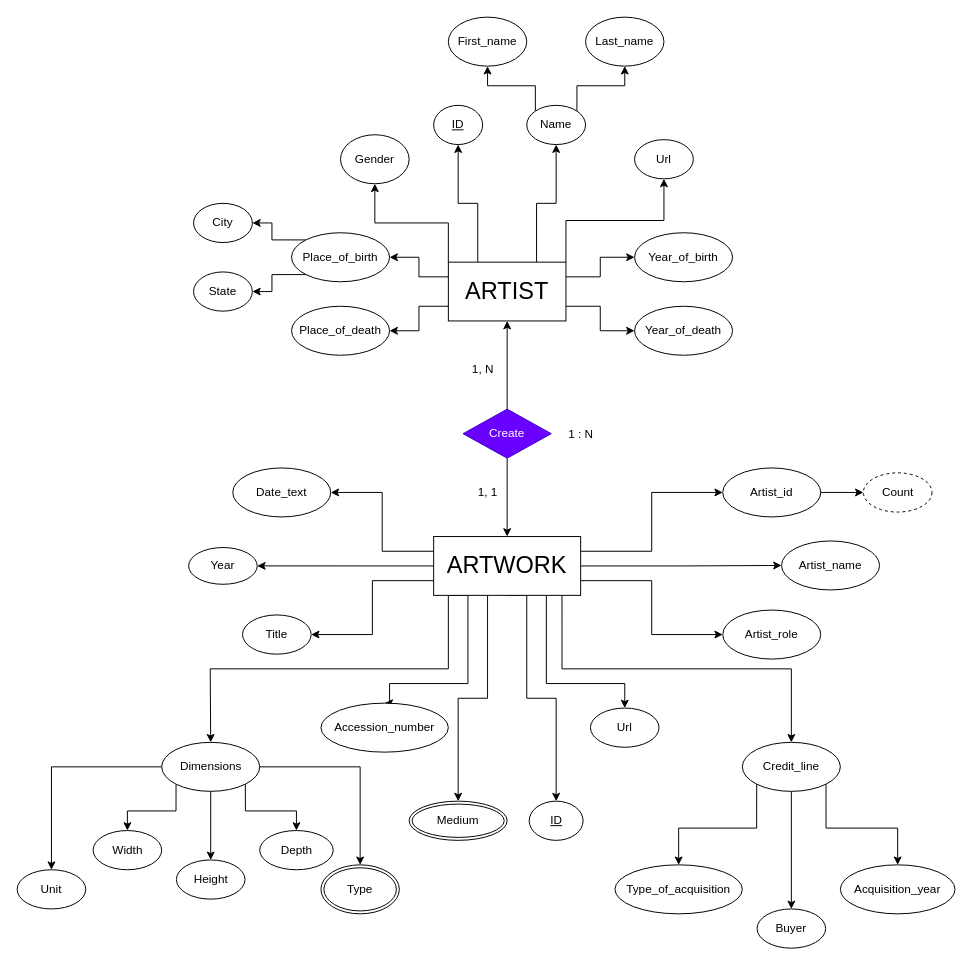
The draw.io diagram docs/diagrams/er.drawio in Databases-Course-Project/Databases-Course-Project, before the edit. Source tidied: cells renumbered, new cells numbered last; positions are measured from the earlier drawing's top-left corner, leaving out a move shared by most shapes. Both pictures are drawn from the tidied source at 98%, with x=0, y=0 at pixel (17, 17).
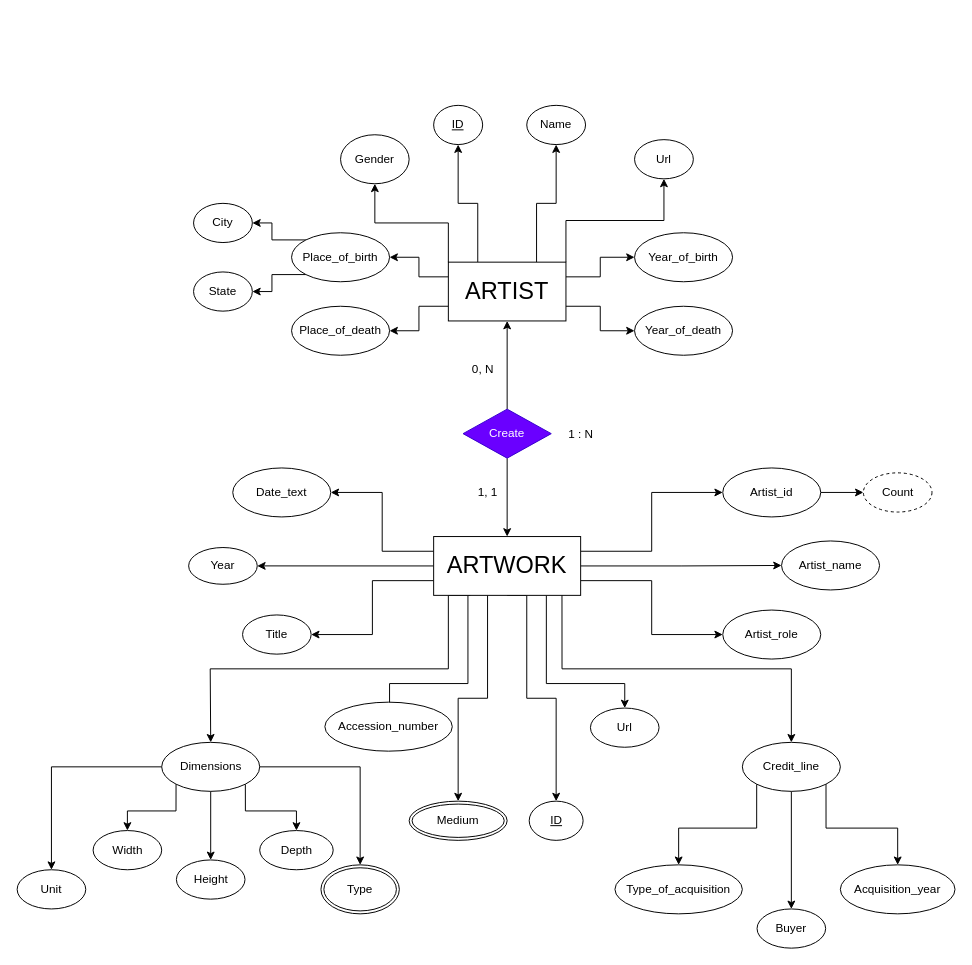
The same diagram, later.

The change refers to these unchanged cells:
```xml
<mxCell id="17" value="Name" style="ellipse;whiteSpace=wrap;html=1;" parent="1" vertex="1">
  <mxGeometry x="520" y="90" width="60" height="40" as="geometry" />
</mxCell>
```

Diff of the diagram source:
```diff
@@
-    <mxCell id="15" style="edgeStyle=orthogonalEdgeStyle;rounded=0;jettySize=auto;html=1;exitX=0;exitY=0;exitDx=0;exitDy=0;entryX=0.5;entryY=1;entryDx=0;entryDy=0;" parent="1" edge="1" source="17" target="18">
-      <mxGeometry relative="1" as="geometry" />
-    </mxCell>
-    <mxCell id="16" style="edgeStyle=orthogonalEdgeStyle;rounded=0;jettySize=auto;html=1;exitX=1;exitY=0;exitDx=0;exitDy=0;entryX=0.5;entryY=1;entryDx=0;entryDy=0;" parent="1" edge="1" source="17" target="19">
-      <mxGeometry relative="1" as="geometry" />
-    </mxCell>
@@
-    <mxCell id="18" value="First_name" style="ellipse;whiteSpace=wrap;html=1;" parent="1" vertex="1">
-      <mxGeometry x="440" width="80" height="50" as="geometry" />
-    </mxCell>
-    <mxCell id="19" value="Last_name" style="ellipse;whiteSpace=wrap;html=1;" parent="1" vertex="1">
-      <mxGeometry x="580" width="80" height="50" as="geometry" />
-    </mxCell>
@@
     <mxCell id="68" value="Accession_number" style="ellipse;whiteSpace=wrap;html=1;" parent="1" vertex="1">
-      <mxGeometry x="310" y="700" width="130" height="50" as="geometry" />
+      <mxGeometry x="314" y="699" width="130" height="50" as="geometry" />
     </mxCell>
@@
-    <mxCell id="73" value="1, N" style="text;html=1;align=center;verticalAlign=middle;strokeColor=none;fillColor=none;" parent="1" vertex="1">
-      <mxGeometry x="450" y="345" width="50" height="30" as="geometry" />
+    <mxCell id="73" value="0, N" style="text;html=1;align=center;verticalAlign=middle;strokeColor=none;fillColor=none;" parent="1" vertex="1">
+      <mxGeometry x="455" y="347" width="40" height="26" as="geometry" />
     </mxCell>
```
